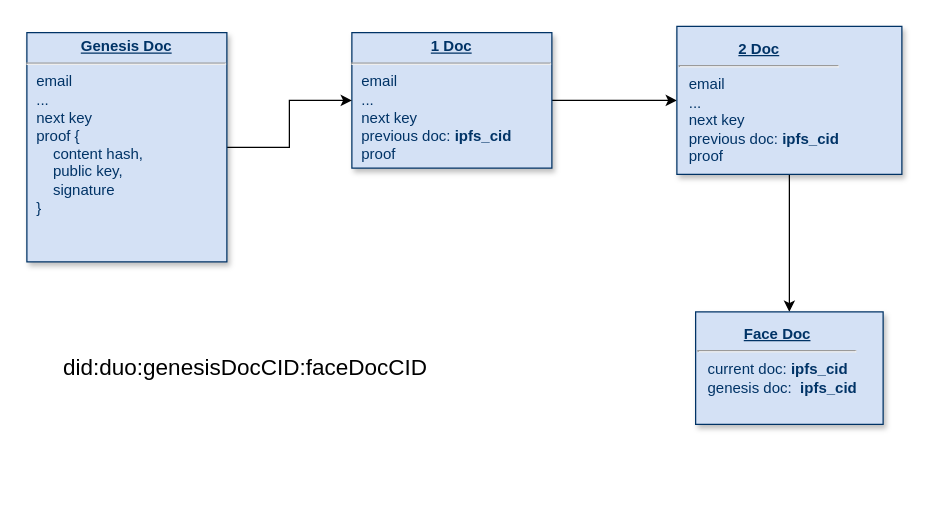
Earlier version of the draw.io diagram Untitled Diagram.drawio (m1chev/.dotfilesLinux). Source tidied: cells renumbered, new cells numbered last; positions are measured from the earlier drawing's top-left corner, leaving out a move shared by most shapes. Both pictures are drawn from the tidied source at 125%, with x=0, y=0 at pixel (26, 26).
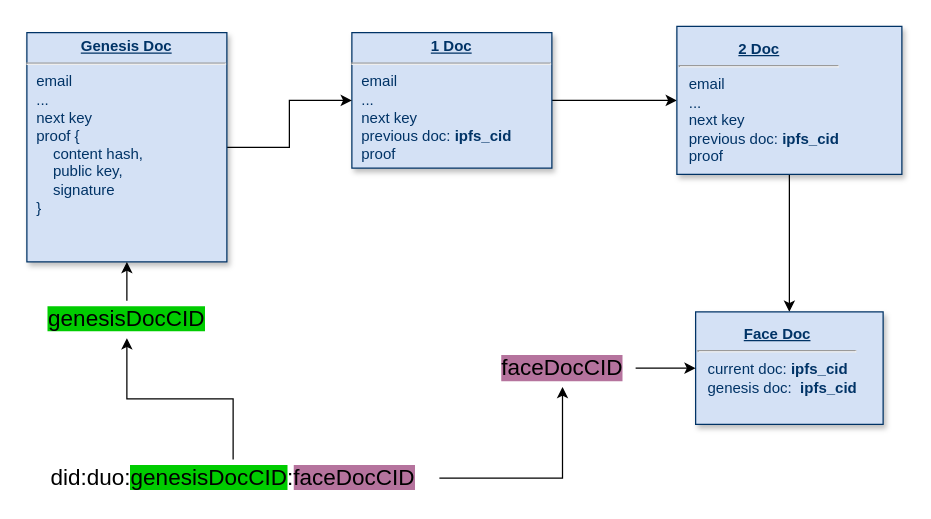
After the change.

Commit message:
add cid colors

Diff of the diagram source:
```diff
@@
 <mxGraphModel>
   <root>
     <mxCell id="0" />
     <mxCell id="1" parent="0" />
     <mxCell id="2" style="edgeStyle=orthogonalEdgeStyle;rounded=0;jettySize=auto;html=1;" parent="1" edge="1" source="3" target="7">
       <mxGeometry relative="1" as="geometry" />
     </mxCell>
     <mxCell id="3" value="&lt;p style=&quot;margin: 0px; margin-top: 4px; text-align: center; text-decoration: underline;&quot;&gt;&lt;strong&gt;1 Doc&lt;br&gt;&lt;/strong&gt;&lt;/p&gt;&lt;hr&gt;&lt;p style=&quot;margin: 0px; margin-left: 8px;&quot;&gt;email&lt;/p&gt;&lt;p style=&quot;margin: 0px; margin-left: 8px;&quot;&gt;...&lt;br&gt;&lt;/p&gt;&lt;p style=&quot;margin: 0px; margin-left: 8px;&quot;&gt;next key&lt;/p&gt;&lt;p style=&quot;margin: 0px; margin-left: 8px;&quot;&gt;previous doc: &lt;b&gt;ipfs_cid&lt;/b&gt;&lt;br&gt;&lt;/p&gt;&lt;p style=&quot;margin: 0px; margin-left: 8px;&quot;&gt;proof&lt;br&gt;&lt;/p&gt;" style="verticalAlign=top;align=left;overflow=fill;fontSize=12;fontFamily=Helvetica;html=1;strokeColor=#003366;shadow=1;fillColor=#D4E1F5;fontColor=#003366;" parent="1" vertex="1">
       <mxGeometry x="260" y="4.6" width="160" height="108.4" as="geometry" />
     </mxCell>
     <mxCell id="4" style="edgeStyle=orthogonalEdgeStyle;rounded=0;jettySize=auto;html=1;" parent="1" edge="1" source="5" target="3">
       <mxGeometry relative="1" as="geometry" />
     </mxCell>
     <mxCell id="5" value="&lt;p style=&quot;margin: 0px; margin-top: 4px; text-align: center; text-decoration: underline;&quot;&gt;&lt;strong&gt;Genesis Doc&lt;br&gt;&lt;/strong&gt;&lt;/p&gt;&lt;hr&gt;&lt;p style=&quot;margin: 0px; margin-left: 8px;&quot;&gt;email&lt;/p&gt;&lt;p style=&quot;margin: 0px; margin-left: 8px;&quot;&gt;...&lt;br&gt;&lt;/p&gt;&lt;p style=&quot;margin: 0px; margin-left: 8px;&quot;&gt;next key&lt;/p&gt;&lt;p style=&quot;margin: 0px; margin-left: 8px;&quot;&gt;proof {&lt;/p&gt;&lt;p style=&quot;margin: 0px; margin-left: 8px;&quot;&gt;&amp;nbsp;&amp;nbsp;&amp;nbsp; content hash,&lt;/p&gt;&lt;p style=&quot;margin: 0px; margin-left: 8px;&quot;&gt;&amp;nbsp;&amp;nbsp;&amp;nbsp; public key,&lt;/p&gt;&lt;p style=&quot;margin: 0px; margin-left: 8px;&quot;&gt;&amp;nbsp;&amp;nbsp;&amp;nbsp; signature&lt;br&gt;&lt;/p&gt;&lt;p style=&quot;margin: 0px; margin-left: 8px;&quot;&gt;}&lt;br&gt;&lt;/p&gt;" style="verticalAlign=top;align=left;overflow=fill;fontSize=12;fontFamily=Helvetica;html=1;strokeColor=#003366;shadow=1;fillColor=#D4E1F5;fontColor=#003366;" parent="1" vertex="1">
       <mxGeometry y="4.6" width="160" height="183.4" as="geometry" />
     </mxCell>
     <mxCell id="6" style="edgeStyle=orthogonalEdgeStyle;rounded=0;jettySize=auto;html=1;" parent="1" edge="1" source="7" target="8">
       <mxGeometry relative="1" as="geometry" />
     </mxCell>
     <mxCell id="7" value="&lt;p style=&quot;margin: 0px; margin-top: 4px; text-align: center; text-decoration: underline;&quot;&gt;&lt;strong&gt;2 Doc&lt;br&gt;&lt;/strong&gt;&lt;/p&gt;&lt;hr&gt;&lt;p style=&quot;margin: 0px; margin-left: 8px;&quot;&gt;email&lt;/p&gt;&lt;p style=&quot;margin: 0px; margin-left: 8px;&quot;&gt;...&lt;br&gt;&lt;/p&gt;&lt;p style=&quot;margin: 0px; margin-left: 8px;&quot;&gt;next key&lt;br&gt;&lt;/p&gt;&lt;p style=&quot;margin: 0px; margin-left: 8px;&quot;&gt;previous doc: &lt;b&gt;ipfs_cid&lt;/b&gt;&lt;/p&gt;&lt;p style=&quot;margin: 0px; margin-left: 8px;&quot;&gt;proof&lt;br&gt;&lt;/p&gt;" style="whiteSpace=wrap;html=1;align=left;verticalAlign=top;fillColor=#D4E1F5;strokeColor=#003366;fontColor=#003366;shadow=1;" parent="1" vertex="1">
       <mxGeometry x="520" y="-0.4" width="180" height="118.4" as="geometry" />
     </mxCell>
     <mxCell id="8" value="&lt;p align=&quot;center&quot; style=&quot;margin: 4px 0px 0px; text-decoration: underline;&quot;&gt;&lt;strong&gt;Face Doc&lt;br&gt;&lt;/strong&gt;&lt;/p&gt;&lt;hr align=&quot;left&quot;&gt;&lt;p align=&quot;left&quot; style=&quot;margin: 0px; margin-left: 8px;&quot;&gt;current doc: &lt;b&gt;ipfs_cid&lt;/b&gt;&lt;/p&gt;&lt;p align=&quot;left&quot; style=&quot;margin: 0px; margin-left: 8px;&quot;&gt;genesis doc:&amp;nbsp; &lt;b&gt;ipfs_cid&lt;/b&gt;&lt;/p&gt;" style="whiteSpace=wrap;html=1;align=left;verticalAlign=top;fillColor=#D4E1F5;strokeColor=#003366;fontColor=#003366;shadow=1;" parent="1" vertex="1">
       <mxGeometry x="535" y="228" width="150" height="90" as="geometry" />
     </mxCell>
+    <mxCell id="10" style="edgeStyle=orthogonalEdgeStyle;rounded=0;jettySize=auto;html=1;" parent="1" edge="1" source="9" target="13">
+      <mxGeometry relative="1" as="geometry" />
+    </mxCell>
+    <mxCell id="11" style="edgeStyle=orthogonalEdgeStyle;rounded=0;jettySize=auto;html=1;" parent="1" edge="1" source="9" target="15">
+      <mxGeometry relative="1" as="geometry" />
+    </mxCell>
-    <mxCell id="9" value="&lt;div style=&quot;font-size: 18px;&quot;&gt;did:duo:genesisDocCID:faceDocCID&lt;/div&gt;" style="text;html=1;strokeColor=none;fillColor=none;align=center;verticalAlign=middle;whiteSpace=wrap;rounded=0;fontSize=18;" parent="1" vertex="1">
-      <mxGeometry x="10" y="258" width="330" height="30" as="geometry" />
+    <mxCell id="9" value="&lt;div style=&quot;font-size: 18px;&quot;&gt;did:duo:&lt;span style=&quot;background-color: rgb(0, 204, 0); --darkreader-inline-bgcolor: #00a300;&quot;&gt;genesisDocCID&lt;/span&gt;:&lt;span style=&quot;background-color: rgb(181, 115, 157); --darkreader-inline-bgcolor: #753e61;&quot;&gt;faceDocCID&lt;/span&gt;&lt;/div&gt;" style="text;html=1;strokeColor=none;fillColor=none;align=center;verticalAlign=middle;whiteSpace=wrap;rounded=0;fontSize=18;" parent="1" vertex="1">
+      <mxGeometry y="346" width="330" height="30" as="geometry" />
     </mxCell>
+    <mxCell id="12" style="edgeStyle=orthogonalEdgeStyle;rounded=0;jettySize=auto;html=1;" parent="1" edge="1" source="13" target="8">
+      <mxGeometry relative="1" as="geometry" />
+    </mxCell>
+    <mxCell id="13" value="&lt;div style=&quot;font-size: 18px;&quot;&gt;faceDocCID&lt;/div&gt;" style="text;html=1;strokeColor=none;fillColor=none;align=center;verticalAlign=middle;whiteSpace=wrap;rounded=0;fontSize=18;labelBackgroundColor=#B5739D;" parent="1" vertex="1">
+      <mxGeometry x="370" y="258" width="117" height="30" as="geometry" />
+    </mxCell>
+    <mxCell id="14" style="edgeStyle=orthogonalEdgeStyle;rounded=0;jettySize=auto;html=1;" parent="1" edge="1" source="15" target="5">
+      <mxGeometry relative="1" as="geometry" />
+    </mxCell>
+    <mxCell id="15" value="&lt;div style=&quot;font-size: 18px;&quot;&gt;&lt;span style=&quot;background-color: rgb(0, 204, 0); --darkreader-inline-bgcolor: #00a300;&quot;&gt;genesisDocCID&lt;/span&gt;&lt;/div&gt;" style="text;html=1;strokeColor=none;fillColor=none;align=center;verticalAlign=middle;whiteSpace=wrap;rounded=0;fontSize=18;" parent="1" vertex="1">
+      <mxGeometry x="14" y="219" width="132" height="30" as="geometry" />
+    </mxCell>
   </root>
 </mxGraphModel>
```
